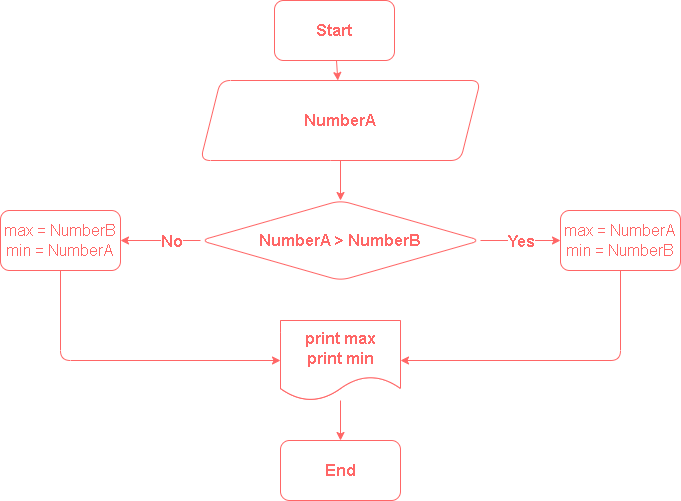
Above: Task_6/Diagram_6.drawio.png in Oleg-Kupreenko/Homework_for_lesson_1 (draw.io), before the change. Source tidied: cells renumbered, new cells last; positions are measured from the earlier drawing's top-left corner, leaving out a move shared by most shapes.
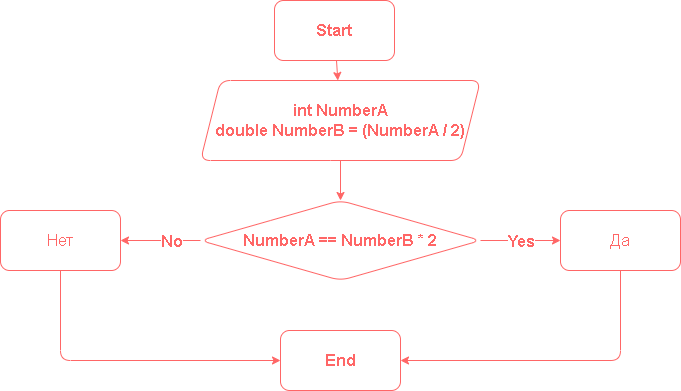
After the commit.

Commit message:
Completed Task_6

The edit, as a diff of the source:
```diff
@@ -11,7 +11,7 @@
     <mxCell id="4" style="edgeStyle=none;html=1;fontSize=16;strokeColor=#FF6666;" parent="1" edge="1" source="5" target="10">
       <mxGeometry relative="1" as="geometry" />
     </mxCell>
-    <mxCell id="5" value="NumberA" style="shape=parallelogram;perimeter=parallelogramPerimeter;whiteSpace=wrap;html=1;fixedSize=1;fontSize=16;strokeColor=#FF6666;rounded=1;fontStyle=1;fontColor=#FF6666;" parent="1" vertex="1">
+    <mxCell id="5" value="int NumberA&lt;br&gt;double NumberB = (NumberA / 2)" style="shape=parallelogram;perimeter=parallelogramPerimeter;whiteSpace=wrap;html=1;fixedSize=1;fontSize=16;strokeColor=#FF6666;rounded=1;fontStyle=1;fontColor=#FF6666;" parent="1" vertex="1">
       <mxGeometry x="200" y="80" width="280" height="80" as="geometry" />
     </mxCell>
     <mxCell id="6" style="edgeStyle=none;html=1;fontSize=16;strokeColor=#FF6666;" parent="1" edge="1" source="10">
@@ -34,40 +34,33 @@
         <mxPoint x="-11" y="1" as="offset" />
       </mxGeometry>
     </mxCell>
-    <mxCell id="10" value="NumberA &amp;gt; NumberB" style="rhombus;whiteSpace=wrap;html=1;fontSize=16;strokeColor=#FF6666;rounded=1;fontStyle=1;fontColor=#FF6666;" parent="1" vertex="1">
+    <mxCell id="10" value="NumberA == NumberB * 2" style="rhombus;whiteSpace=wrap;html=1;fontSize=16;strokeColor=#FF6666;rounded=1;fontStyle=1;fontColor=#FF6666;" parent="1" vertex="1">
       <mxGeometry x="200" y="200" width="280" height="80" as="geometry" />
     </mxCell>
-    <mxCell id="11" style="edgeStyle=none;html=1;fontSize=16;fontColor=#FF6666;strokeColor=#FF6666;" parent="1" edge="1" source="12" target="15">
+    <mxCell id="11" style="edgeStyle=none;html=1;fontSize=16;fontColor=#FF6666;strokeColor=#FF6666;" parent="1" edge="1" source="12">
       <mxGeometry relative="1" as="geometry">
+        <mxPoint x="400" y="360" as="targetPoint" />
         <Array as="points">
           <mxPoint x="620" y="360" />
         </Array>
       </mxGeometry>
     </mxCell>
-    <mxCell id="12" value="max = NumberA&lt;br&gt;min = NumberB" style="rounded=1;whiteSpace=wrap;html=1;fontSize=16;fontColor=#FF6666;strokeColor=#FF6666;fontStyle=0;" parent="1" vertex="1">
+    <mxCell id="12" value="Да" style="rounded=1;whiteSpace=wrap;html=1;fontSize=16;fontColor=#FF6666;strokeColor=#FF6666;fontStyle=0;" parent="1" vertex="1">
       <mxGeometry x="560" y="210" width="120" height="60" as="geometry" />
     </mxCell>
-    <mxCell id="13" style="edgeStyle=none;html=1;fontSize=16;fontColor=#FF6666;strokeColor=#FF6666;" parent="1" edge="1" source="14" target="17">
+    <mxCell id="13" style="edgeStyle=none;html=1;fontSize=16;fontColor=#FF6666;strokeColor=#FF6666;" parent="1" edge="1" source="14">
       <mxGeometry relative="1" as="geometry">
+        <mxPoint x="280" y="360" as="targetPoint" />
         <Array as="points">
           <mxPoint x="60" y="360" />
         </Array>
       </mxGeometry>
     </mxCell>
-    <mxCell id="14" value="&lt;span&gt;max = NumberB&lt;br&gt;min = NumberA&lt;br&gt;&lt;/span&gt;" style="rounded=1;whiteSpace=wrap;html=1;fontSize=16;fontColor=#FF6666;strokeColor=#FF6666;fontStyle=0;" parent="1" vertex="1">
+    <mxCell id="14" value="&lt;span&gt;Нет&lt;br&gt;&lt;/span&gt;" style="rounded=1;whiteSpace=wrap;html=1;fontSize=16;fontColor=#FF6666;strokeColor=#FF6666;fontStyle=0;" parent="1" vertex="1">
       <mxGeometry y="210" width="120" height="60" as="geometry" />
     </mxCell>
-    <mxCell id="15" style="shape=document;whiteSpace=wrap;html=1;boundedLbl=1;fontSize=16;strokeColor=#FF6666;fontColor=#FF6666;rounded=1;" parent="1" vertex="1">
-      <mxGeometry x="280" y="320" width="120" height="80" as="geometry" />
-    </mxCell>
-    <mxCell id="16" style="edgeStyle=none;html=1;fontSize=16;fontColor=#FF6666;strokeColor=#FF6666;" parent="1" edge="1" source="17" target="18">
-      <mxGeometry relative="1" as="geometry" />
-    </mxCell>
-    <mxCell id="17" value="print max&lt;br&gt;print min" style="shape=document;whiteSpace=wrap;html=1;boundedLbl=1;fontSize=16;strokeColor=#FF6666;fontColor=#FF6666;rounded=1;fontStyle=1;" parent="1" vertex="1">
-      <mxGeometry x="280" y="320" width="120" height="80" as="geometry" />
-    </mxCell>
     <mxCell id="18" value="End" style="rounded=1;whiteSpace=wrap;html=1;fontSize=16;strokeColor=#FF6666;fontColor=#FF6666;fontStyle=1;" parent="1" vertex="1">
-      <mxGeometry x="280" y="440" width="120" height="60" as="geometry" />
+      <mxGeometry x="280" y="330" width="120" height="60" as="geometry" />
     </mxCell>
   </root>
 </mxGraphModel>
```
